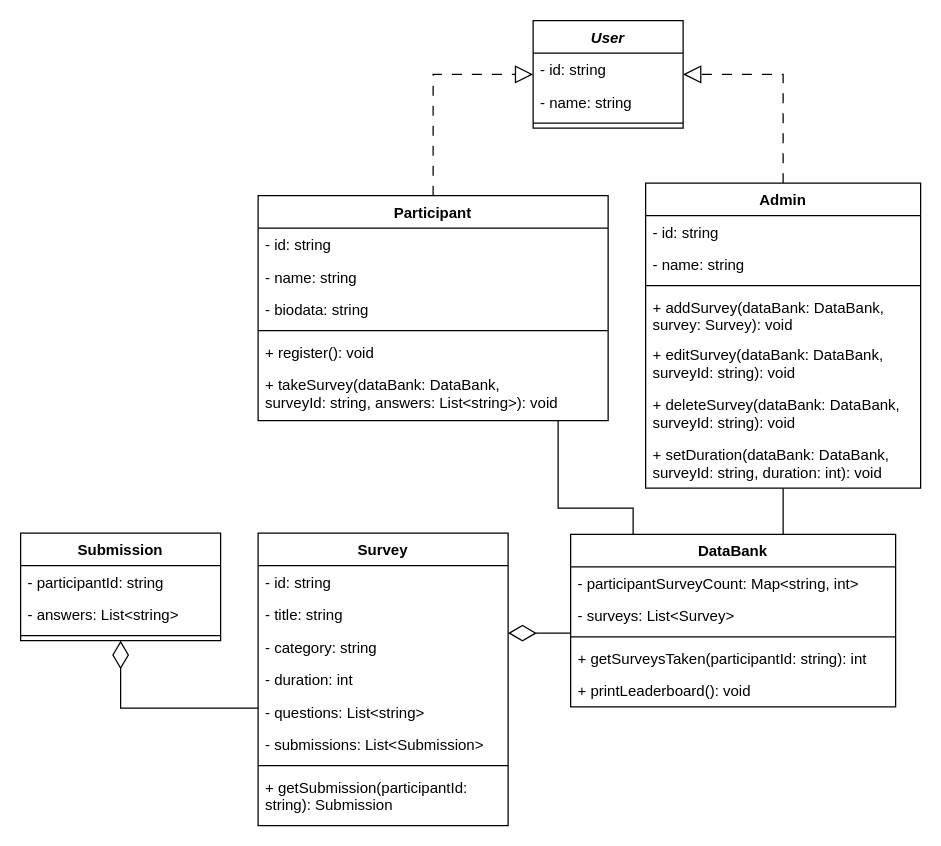
Above: page "Class Diagram" (1 of 2) of omaapinions.drawio in ariefrahmanna/omaapinions (draw.io), before the change. Source tidied: cells renumbered, new cells numbered last; positions are measured from the earlier drawing's top-left corner, leaving out a move shared by most shapes. Both pictures are drawn from the tidied source at 125%, with x=0, y=0 at pixel (20, 20).
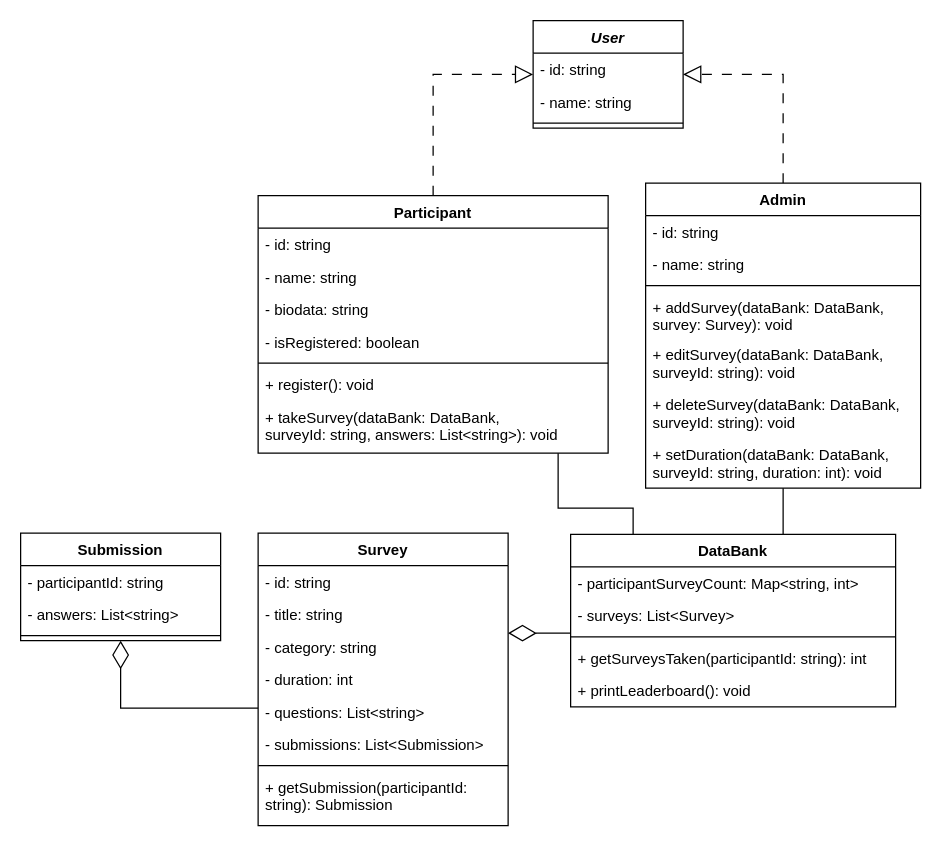
The same page after the edit.

Change to the diagram source:
```diff
@@
     <mxCell id="14" value="Participant" style="swimlane;fontStyle=1;align=center;verticalAlign=top;horizontal=1;startSize=26;" parent="1" vertex="1">
-      <mxGeometry x="190" y="140" width="280" height="180" as="geometry" />
+      <mxGeometry x="190" y="140" width="280" height="206" as="geometry" />
     </mxCell>
@@
+    <mxCell id="46" value="- isRegistered: boolean" style="text;strokeColor=none;fillColor=none;align=left;verticalAlign=top;spacingLeft=4;spacingRight=4;overflow=hidden;" parent="14" vertex="1">
+      <mxGeometry y="104" width="280" height="26" as="geometry" />
+    </mxCell>
     <mxCell id="18" style="line;strokeWidth=1;fillColor=none;align=left;verticalAlign=middle;spacingTop=-1;spacingLeft=3;spacingRight=3;labelPosition=right;" parent="14" vertex="1">
-      <mxGeometry y="104" width="280" height="8" as="geometry" />
+      <mxGeometry y="130" width="280" height="8" as="geometry" />
     </mxCell>
     <mxCell id="19" value="+ register(): void" style="text;strokeColor=none;fillColor=none;align=left;verticalAlign=top;spacingLeft=4;spacingRight=4;overflow=hidden;" parent="14" vertex="1">
-      <mxGeometry y="112" width="280" height="26" as="geometry" />
+      <mxGeometry y="138" width="280" height="26" as="geometry" />
     </mxCell>
     <mxCell id="20" value="+ takeSurvey(dataBank: DataBank,&#10;surveyId: string, answers: List&lt;string&gt;): void" style="text;strokeColor=none;fillColor=none;align=left;verticalAlign=top;spacingLeft=4;spacingRight=4;overflow=hidden;" parent="14" vertex="1">
-      <mxGeometry y="138" width="280" height="42" as="geometry" />
+      <mxGeometry y="164" width="280" height="42" as="geometry" />
     </mxCell>
```
